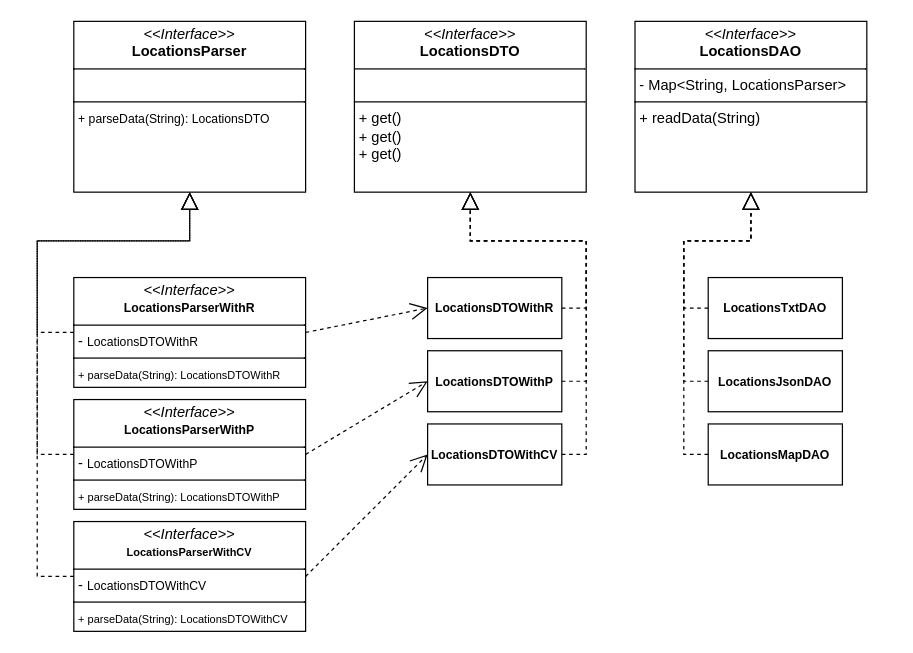
Earlier version of the draw.io diagram schema.drawio (VladimirKBG/locations-finder). Source tidied: cells renumbered, new cells numbered last; positions are measured from the earlier drawing's top-left corner, leaving out a move shared by most shapes. Both pictures are drawn from the tidied source at 122%, with x=0, y=0 at pixel (37, 21).
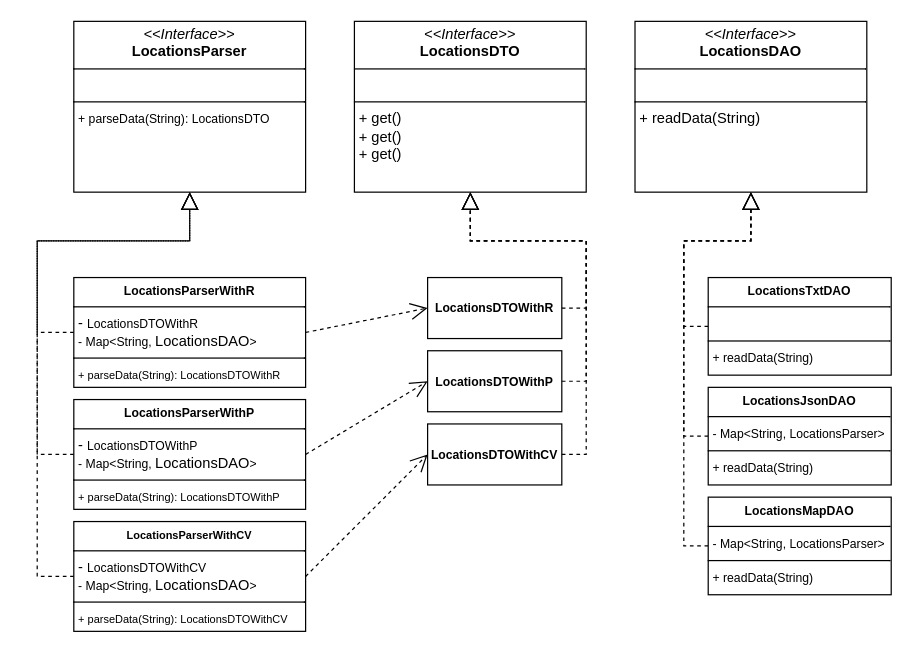
The same diagram, later.

Change to the diagram source:
```diff
@@
-    <mxCell id="3" value="&lt;p style=&quot;margin:0px;margin-top:4px;text-align:center;&quot;&gt;&lt;i&gt;&amp;lt;&amp;lt;Interface&amp;gt;&amp;gt;&lt;/i&gt;&lt;br&gt;&lt;b&gt;LocationsDAO&lt;/b&gt;&lt;/p&gt;&lt;hr size=&quot;1&quot; style=&quot;border-style:solid;&quot;&gt;&lt;p style=&quot;margin:0px;margin-left:4px;&quot;&gt;- Map&amp;lt;String, LocationsParser&amp;gt;&lt;/p&gt;&lt;hr size=&quot;1&quot; style=&quot;border-style:solid;&quot;&gt;&lt;p style=&quot;margin:0px;margin-left:4px;&quot;&gt;+ readData(String)&lt;/p&gt;" style="verticalAlign=top;align=left;overflow=fill;html=1;whiteSpace=wrap;" parent="1" vertex="1">
+    <mxCell id="3" value="&lt;p style=&quot;margin:0px;margin-top:4px;text-align:center;&quot;&gt;&lt;i&gt;&amp;lt;&amp;lt;Interface&amp;gt;&amp;gt;&lt;/i&gt;&lt;br&gt;&lt;b&gt;LocationsDAO&lt;/b&gt;&lt;/p&gt;&lt;hr size=&quot;1&quot; style=&quot;border-style:solid;&quot;&gt;&lt;p style=&quot;margin:0px;margin-left:4px;&quot;&gt;&lt;br&gt;&lt;/p&gt;&lt;hr size=&quot;1&quot; style=&quot;border-style:solid;&quot;&gt;&lt;p style=&quot;margin:0px;margin-left:4px;&quot;&gt;+ readData(String)&lt;/p&gt;" style="verticalAlign=top;align=left;overflow=fill;html=1;whiteSpace=wrap;" parent="1" vertex="1">
       <mxGeometry x="490" width="190" height="140" as="geometry" />
     </mxCell>
@@
-    <mxCell id="14" value="&lt;b&gt;LocationsTxtDAO&lt;/b&gt;" style="html=1;whiteSpace=wrap;fontSize=10;" parent="1" vertex="1">
-      <mxGeometry x="550" y="210" width="110" height="50" as="geometry" />
-    </mxCell>
-    <mxCell id="15" value="&lt;b style=&quot;font-size: 10px;&quot;&gt;LocationsJsonDAO&lt;/b&gt;" style="html=1;whiteSpace=wrap;" parent="1" vertex="1">
-      <mxGeometry x="550" y="270" width="110" height="50" as="geometry" />
-    </mxCell>
-    <mxCell id="16" value="&lt;b&gt;LocationsMapDAO&lt;/b&gt;" style="html=1;whiteSpace=wrap;fontSize=10;" parent="1" vertex="1">
-      <mxGeometry x="550" y="330" width="110" height="50" as="geometry" />
-    </mxCell>
-    <mxCell id="17" style="endArrow=block;dashed=1;endFill=0;endSize=12;html=1;rounded=0;exitX=0;exitY=0.5;exitDx=0;exitDy=0;entryX=0.5;entryY=1;entryDx=0;entryDy=0;edgeStyle=orthogonalEdgeStyle;" parent="1" edge="1" source="14" target="3">
+    <mxCell id="17" style="endArrow=block;dashed=1;endFill=0;endSize=12;html=1;rounded=0;exitX=0;exitY=0.5;exitDx=0;exitDy=0;entryX=0.5;entryY=1;entryDx=0;entryDy=0;edgeStyle=orthogonalEdgeStyle;" parent="1" edge="1" source="26" target="3">
       <mxGeometry relative="1" as="geometry">
         <Array as="points">
-          <mxPoint x="530" y="235" />
+          <mxPoint x="530" y="250" />
           <mxPoint x="530" y="180" />
           <mxPoint x="585" y="180" />
         </Array>
       </mxGeometry>
     </mxCell>
-    <mxCell id="18" style="endArrow=block;dashed=1;endFill=0;endSize=12;html=1;rounded=0;exitX=0;exitY=0.5;exitDx=0;exitDy=0;entryX=0.5;entryY=1;entryDx=0;entryDy=0;edgeStyle=orthogonalEdgeStyle;" parent="1" edge="1" source="15" target="3">
+    <mxCell id="18" style="endArrow=block;dashed=1;endFill=0;endSize=12;html=1;rounded=0;exitX=0;exitY=0.5;exitDx=0;exitDy=0;entryX=0.5;entryY=1;entryDx=0;entryDy=0;edgeStyle=orthogonalEdgeStyle;" parent="1" edge="1" source="27" target="3">
       <mxGeometry relative="1" as="geometry">
         <Array as="points">
-          <mxPoint x="530" y="295" />
+          <mxPoint x="530" y="340" />
           <mxPoint x="530" y="180" />
           <mxPoint x="585" y="180" />
         </Array>
       </mxGeometry>
     </mxCell>
-    <mxCell id="19" style="endArrow=block;dashed=1;endFill=0;endSize=12;html=1;rounded=0;exitX=0;exitY=0.5;exitDx=0;exitDy=0;entryX=0.5;entryY=1;entryDx=0;entryDy=0;edgeStyle=orthogonalEdgeStyle;" parent="1" edge="1" source="16" target="3">
+    <mxCell id="19" style="endArrow=block;dashed=1;endFill=0;endSize=12;html=1;rounded=0;exitX=0;exitY=0.5;exitDx=0;exitDy=0;entryX=0.5;entryY=1;entryDx=0;entryDy=0;edgeStyle=orthogonalEdgeStyle;" parent="1" edge="1" source="28" target="3">
       <mxGeometry relative="1" as="geometry">
         <Array as="points">
-          <mxPoint x="530" y="355" />
+          <mxPoint x="530" y="430" />
           <mxPoint x="530" y="180" />
           <mxPoint x="585" y="180" />
         </Array>
       </mxGeometry>
     </mxCell>
-    <mxCell id="20" value="&lt;p style=&quot;margin:0px;margin-top:4px;text-align:center;&quot;&gt;&lt;i&gt;&amp;lt;&amp;lt;Interface&amp;gt;&amp;gt;&lt;/i&gt;&lt;br&gt;&lt;b style=&quot;font-size: 10px;&quot;&gt;LocationsParserWithR&lt;/b&gt;&lt;/p&gt;&lt;hr size=&quot;1&quot; style=&quot;border-style:solid;&quot;&gt;&lt;p style=&quot;margin:0px;margin-left:4px;&quot;&gt;-&amp;nbsp;&lt;span style=&quot;background-color: transparent; color: light-dark(rgb(0, 0, 0), rgb(255, 255, 255)); font-size: 10px; text-align: center;&quot;&gt;LocationsDTOWithR&lt;/span&gt;&lt;/p&gt;&lt;hr size=&quot;1&quot; style=&quot;border-style:solid;&quot;&gt;&lt;p style=&quot;margin:0px;margin-left:4px;&quot;&gt;&lt;font style=&quot;font-size: 9px;&quot;&gt;+ parseData(String):&amp;nbsp;&lt;span style=&quot;text-align: center; background-color: transparent; color: light-dark(rgb(0, 0, 0), rgb(255, 255, 255));&quot;&gt;LocationsDTOWithR&lt;/span&gt;&lt;/font&gt;&lt;/p&gt;" style="verticalAlign=top;align=left;overflow=fill;html=1;whiteSpace=wrap;" parent="1" vertex="1">
+    <mxCell id="20" value="&lt;p style=&quot;margin:0px;margin-top:4px;text-align:center;&quot;&gt;&lt;b style=&quot;font-size: 10px;&quot;&gt;LocationsParserWithR&lt;/b&gt;&lt;/p&gt;&lt;hr size=&quot;1&quot; style=&quot;border-style:solid;&quot;&gt;&lt;p style=&quot;margin:0px;margin-left:4px;&quot;&gt;-&amp;nbsp;&lt;span style=&quot;background-color: transparent; color: light-dark(rgb(0, 0, 0), rgb(255, 255, 255)); font-size: 10px; text-align: center;&quot;&gt;LocationsDTOWithR&lt;/span&gt;&lt;/p&gt;&lt;p style=&quot;margin:0px;margin-left:4px;&quot;&gt;&lt;span style=&quot;font-size: 10px;&quot;&gt;- Map&amp;lt;String,&amp;nbsp;&lt;/span&gt;&lt;span style=&quot;text-align: center;&quot;&gt;LocationsDAO&lt;/span&gt;&lt;span style=&quot;font-size: 10px;&quot;&gt;&amp;gt;&lt;/span&gt;&lt;span style=&quot;background-color: transparent; color: light-dark(rgb(0, 0, 0), rgb(255, 255, 255)); font-size: 10px; text-align: center;&quot;&gt;&lt;/span&gt;&lt;/p&gt;&lt;hr size=&quot;1&quot; style=&quot;border-style:solid;&quot;&gt;&lt;p style=&quot;margin:0px;margin-left:4px;&quot;&gt;&lt;font style=&quot;font-size: 9px;&quot;&gt;+ parseData(String):&amp;nbsp;&lt;span style=&quot;text-align: center; background-color: transparent; color: light-dark(rgb(0, 0, 0), rgb(255, 255, 255));&quot;&gt;LocationsDTOWithR&lt;/span&gt;&lt;/font&gt;&lt;/p&gt;" style="verticalAlign=top;align=left;overflow=fill;html=1;whiteSpace=wrap;" parent="1" vertex="1">
       <mxGeometry x="30" y="210" width="190" height="90" as="geometry" />
     </mxCell>
-    <mxCell id="21" value="&lt;p style=&quot;margin:0px;margin-top:4px;text-align:center;&quot;&gt;&lt;i&gt;&amp;lt;&amp;lt;Interface&amp;gt;&amp;gt;&lt;/i&gt;&lt;br&gt;&lt;b style=&quot;font-size: 10px;&quot;&gt;Locations&lt;/b&gt;&lt;b style=&quot;font-size: 10px;&quot;&gt;Parser&lt;/b&gt;&lt;b style=&quot;font-size: 10px;&quot;&gt;WithP&lt;/b&gt;&lt;/p&gt;&lt;hr size=&quot;1&quot; style=&quot;border-style:solid;&quot;&gt;&lt;p style=&quot;margin:0px;margin-left:4px;&quot;&gt;-&amp;nbsp;&lt;span style=&quot;background-color: transparent; color: light-dark(rgb(0, 0, 0), rgb(255, 255, 255)); text-align: center; font-size: 10px;&quot;&gt;LocationsDTOWithP&lt;/span&gt;&lt;/p&gt;&lt;hr size=&quot;1&quot; style=&quot;border-style:solid;&quot;&gt;&lt;p style=&quot;margin:0px;margin-left:4px;&quot;&gt;&lt;font style=&quot;font-size: 9px;&quot;&gt;+ parseData(String):&amp;nbsp;&lt;span style=&quot;text-align: center; background-color: transparent; color: light-dark(rgb(0, 0, 0), rgb(255, 255, 255));&quot;&gt;LocationsDTOWithP&lt;/span&gt;&lt;/font&gt;&lt;/p&gt;" style="verticalAlign=top;align=left;overflow=fill;html=1;whiteSpace=wrap;" parent="1" vertex="1">
+    <mxCell id="21" value="&lt;p style=&quot;margin:0px;margin-top:4px;text-align:center;&quot;&gt;&lt;b style=&quot;font-size: 10px;&quot;&gt;Locations&lt;/b&gt;&lt;b style=&quot;font-size: 10px;&quot;&gt;Parser&lt;/b&gt;&lt;b style=&quot;font-size: 10px;&quot;&gt;WithP&lt;/b&gt;&lt;/p&gt;&lt;hr size=&quot;1&quot; style=&quot;border-style:solid;&quot;&gt;&lt;p style=&quot;margin:0px;margin-left:4px;&quot;&gt;-&amp;nbsp;&lt;span style=&quot;background-color: transparent; color: light-dark(rgb(0, 0, 0), rgb(255, 255, 255)); text-align: center; font-size: 10px;&quot;&gt;LocationsDTOWithP&lt;/span&gt;&lt;/p&gt;&lt;p style=&quot;margin:0px;margin-left:4px;&quot;&gt;&lt;span style=&quot;font-size: 10px;&quot;&gt;- Map&amp;lt;String,&amp;nbsp;&lt;/span&gt;&lt;span style=&quot;text-align: center;&quot;&gt;LocationsDAO&lt;/span&gt;&lt;span style=&quot;font-size: 10px;&quot;&gt;&amp;gt;&lt;/span&gt;&lt;span style=&quot;background-color: transparent; color: light-dark(rgb(0, 0, 0), rgb(255, 255, 255)); text-align: center; font-size: 10px;&quot;&gt;&lt;/span&gt;&lt;/p&gt;&lt;hr size=&quot;1&quot; style=&quot;border-style:solid;&quot;&gt;&lt;p style=&quot;margin:0px;margin-left:4px;&quot;&gt;&lt;font style=&quot;font-size: 9px;&quot;&gt;+ parseData(String):&amp;nbsp;&lt;span style=&quot;text-align: center; background-color: transparent; color: light-dark(rgb(0, 0, 0), rgb(255, 255, 255));&quot;&gt;LocationsDTOWithP&lt;/span&gt;&lt;/font&gt;&lt;/p&gt;" style="verticalAlign=top;align=left;overflow=fill;html=1;whiteSpace=wrap;" parent="1" vertex="1">
       <mxGeometry x="30" y="310" width="190" height="90" as="geometry" />
     </mxCell>
-    <mxCell id="22" value="&lt;p style=&quot;margin:0px;margin-top:4px;text-align:center;&quot;&gt;&lt;i&gt;&amp;lt;&amp;lt;Interface&amp;gt;&amp;gt;&lt;/i&gt;&lt;br&gt;&lt;b style=&quot;font-size: 9px;&quot;&gt;Locations&lt;/b&gt;&lt;b style=&quot;font-size: 9px;&quot;&gt;Parser&lt;/b&gt;&lt;b style=&quot;font-size: 9px;&quot;&gt;WithCV&lt;/b&gt;&lt;/p&gt;&lt;hr size=&quot;1&quot; style=&quot;border-style:solid;&quot;&gt;&lt;p style=&quot;margin:0px;margin-left:4px;&quot;&gt;-&amp;nbsp;&lt;span style=&quot;background-color: transparent; color: light-dark(rgb(0, 0, 0), rgb(255, 255, 255)); font-size: 10px; text-align: center;&quot;&gt;LocationsDTOWithCV&lt;/span&gt;&lt;/p&gt;&lt;hr size=&quot;1&quot; style=&quot;border-style:solid;&quot;&gt;&lt;p style=&quot;margin:0px;margin-left:4px;&quot;&gt;&lt;font style=&quot;font-size: 9px;&quot;&gt;+ parseData(String):&amp;nbsp;&lt;span style=&quot;text-align: center; background-color: transparent; color: light-dark(rgb(0, 0, 0), rgb(255, 255, 255));&quot;&gt;LocationsDTOWithCV&lt;/span&gt;&lt;/font&gt;&lt;/p&gt;" style="verticalAlign=top;align=left;overflow=fill;html=1;whiteSpace=wrap;" parent="1" vertex="1">
+    <mxCell id="22" value="&lt;p style=&quot;margin:0px;margin-top:4px;text-align:center;&quot;&gt;&lt;b style=&quot;font-size: 9px;&quot;&gt;Locations&lt;/b&gt;&lt;b style=&quot;font-size: 9px;&quot;&gt;Parser&lt;/b&gt;&lt;b style=&quot;font-size: 9px;&quot;&gt;WithCV&lt;/b&gt;&lt;/p&gt;&lt;hr size=&quot;1&quot; style=&quot;border-style:solid;&quot;&gt;&lt;p style=&quot;margin:0px;margin-left:4px;&quot;&gt;-&amp;nbsp;&lt;span style=&quot;background-color: transparent; color: light-dark(rgb(0, 0, 0), rgb(255, 255, 255)); font-size: 10px; text-align: center;&quot;&gt;LocationsDTOWithCV&lt;/span&gt;&lt;/p&gt;&lt;p style=&quot;margin:0px;margin-left:4px;&quot;&gt;&lt;span style=&quot;font-size: 10px;&quot;&gt;- Map&amp;lt;String,&amp;nbsp;&lt;/span&gt;&lt;span style=&quot;text-align: center;&quot;&gt;LocationsDAO&lt;/span&gt;&lt;span style=&quot;font-size: 10px;&quot;&gt;&amp;gt;&lt;/span&gt;&lt;span style=&quot;background-color: transparent; color: light-dark(rgb(0, 0, 0), rgb(255, 255, 255)); font-size: 10px; text-align: center;&quot;&gt;&lt;/span&gt;&lt;/p&gt;&lt;hr size=&quot;1&quot; style=&quot;border-style:solid;&quot;&gt;&lt;p style=&quot;margin:0px;margin-left:4px;&quot;&gt;&lt;font style=&quot;font-size: 9px;&quot;&gt;+ parseData(String):&amp;nbsp;&lt;span style=&quot;text-align: center; background-color: transparent; color: light-dark(rgb(0, 0, 0), rgb(255, 255, 255));&quot;&gt;LocationsDTOWithCV&lt;/span&gt;&lt;/font&gt;&lt;/p&gt;" style="verticalAlign=top;align=left;overflow=fill;html=1;whiteSpace=wrap;" parent="1" vertex="1">
       <mxGeometry x="30" y="410" width="190" height="90" as="geometry" />
     </mxCell>
@@
+    <mxCell id="26" value="&lt;p style=&quot;margin:0px;margin-top:4px;text-align:center;&quot;&gt;&lt;b style=&quot;font-size: 10px;&quot;&gt;LocationsTxtDAO&lt;/b&gt;&lt;/p&gt;&lt;hr size=&quot;1&quot; style=&quot;border-style:solid;&quot;&gt;&lt;p style=&quot;margin:0px;margin-left:4px;&quot;&gt;&lt;br&gt;&lt;/p&gt;&lt;hr size=&quot;1&quot; style=&quot;border-style:solid;&quot;&gt;&lt;p style=&quot;margin:0px;margin-left:4px;&quot;&gt;&lt;font style=&quot;font-size: 10px;&quot;&gt;+ readData(String)&lt;/font&gt;&lt;/p&gt;" style="verticalAlign=top;align=left;overflow=fill;html=1;whiteSpace=wrap;" parent="1" vertex="1">
+      <mxGeometry x="550" y="210" width="150" height="80" as="geometry" />
+    </mxCell>
+    <mxCell id="27" value="&lt;p style=&quot;margin:0px;margin-top:4px;text-align:center;&quot;&gt;&lt;b style=&quot;font-size: 10px;&quot;&gt;LocationsJsonDAO&lt;/b&gt;&lt;/p&gt;&lt;hr size=&quot;1&quot; style=&quot;border-style:solid;&quot;&gt;&lt;p style=&quot;margin:0px;margin-left:4px;&quot;&gt;&lt;font style=&quot;font-size: 10px;&quot;&gt;- Map&amp;lt;String, LocationsParser&amp;gt;&lt;/font&gt;&lt;/p&gt;&lt;hr size=&quot;1&quot; style=&quot;border-style:solid;&quot;&gt;&lt;p style=&quot;margin:0px;margin-left:4px;&quot;&gt;&lt;font style=&quot;font-size: 10px;&quot;&gt;+ readData(String)&lt;/font&gt;&lt;/p&gt;" style="verticalAlign=top;align=left;overflow=fill;html=1;whiteSpace=wrap;" parent="1" vertex="1">
+      <mxGeometry x="550" y="300" width="150" height="80" as="geometry" />
+    </mxCell>
+    <mxCell id="28" value="&lt;p style=&quot;margin:0px;margin-top:4px;text-align:center;&quot;&gt;&lt;b style=&quot;font-size: 10px;&quot;&gt;LocationsMapDAO&lt;/b&gt;&lt;/p&gt;&lt;hr size=&quot;1&quot; style=&quot;border-style:solid;&quot;&gt;&lt;p style=&quot;margin:0px;margin-left:4px;&quot;&gt;&lt;font style=&quot;font-size: 10px;&quot;&gt;- Map&amp;lt;String, LocationsParser&amp;gt;&lt;/font&gt;&lt;/p&gt;&lt;hr size=&quot;1&quot; style=&quot;border-style:solid;&quot;&gt;&lt;p style=&quot;margin:0px;margin-left:4px;&quot;&gt;&lt;font style=&quot;font-size: 10px;&quot;&gt;+ readData(String)&lt;/font&gt;&lt;/p&gt;" style="verticalAlign=top;align=left;overflow=fill;html=1;whiteSpace=wrap;" parent="1" vertex="1">
+      <mxGeometry x="550" y="390" width="150" height="80" as="geometry" />
+    </mxCell>
```
